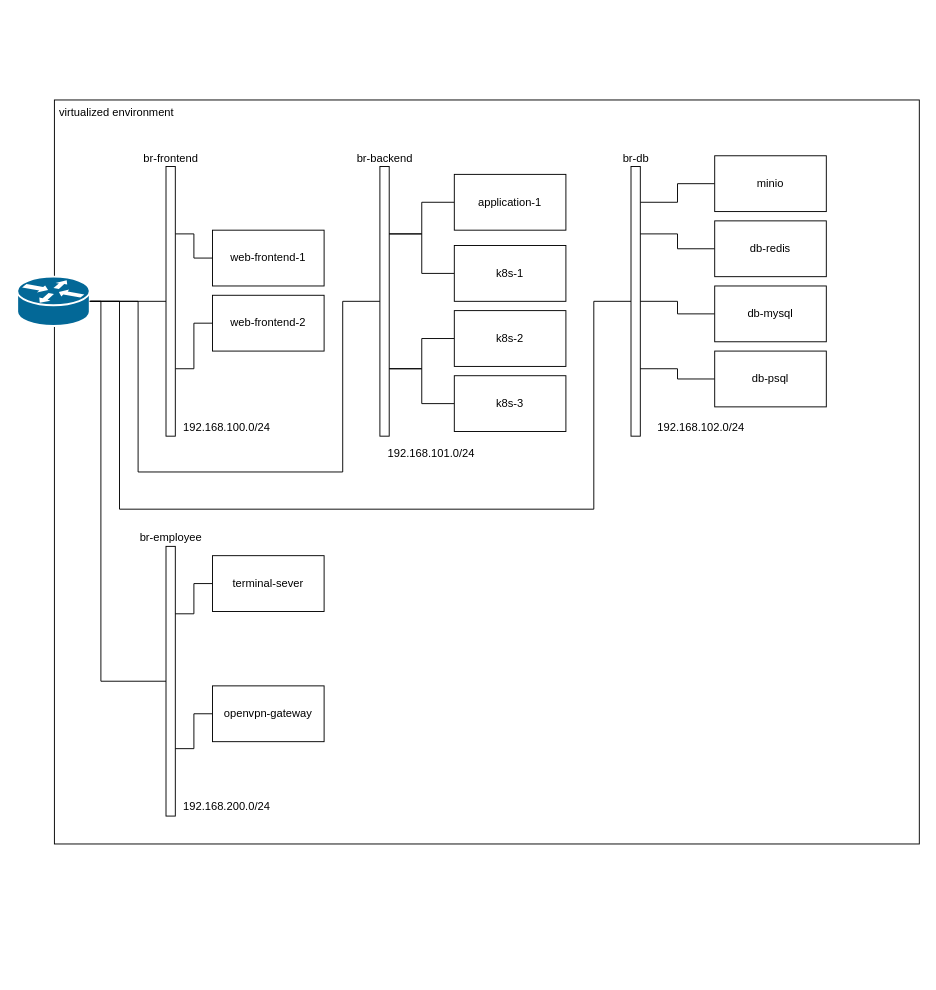
Before: page "network" (1 of 2) of diagrams.drawio in marcsello/marcsellocorp-infra, a draw.io diagram. Source tidied: cells renumbered, new cells numbered last; positions are measured from the earlier drawing's top-left corner, leaving out a move shared by most shapes. Both pictures are drawn from the tidied source at 93%, with x=0, y=0 at pixel (17, 100).
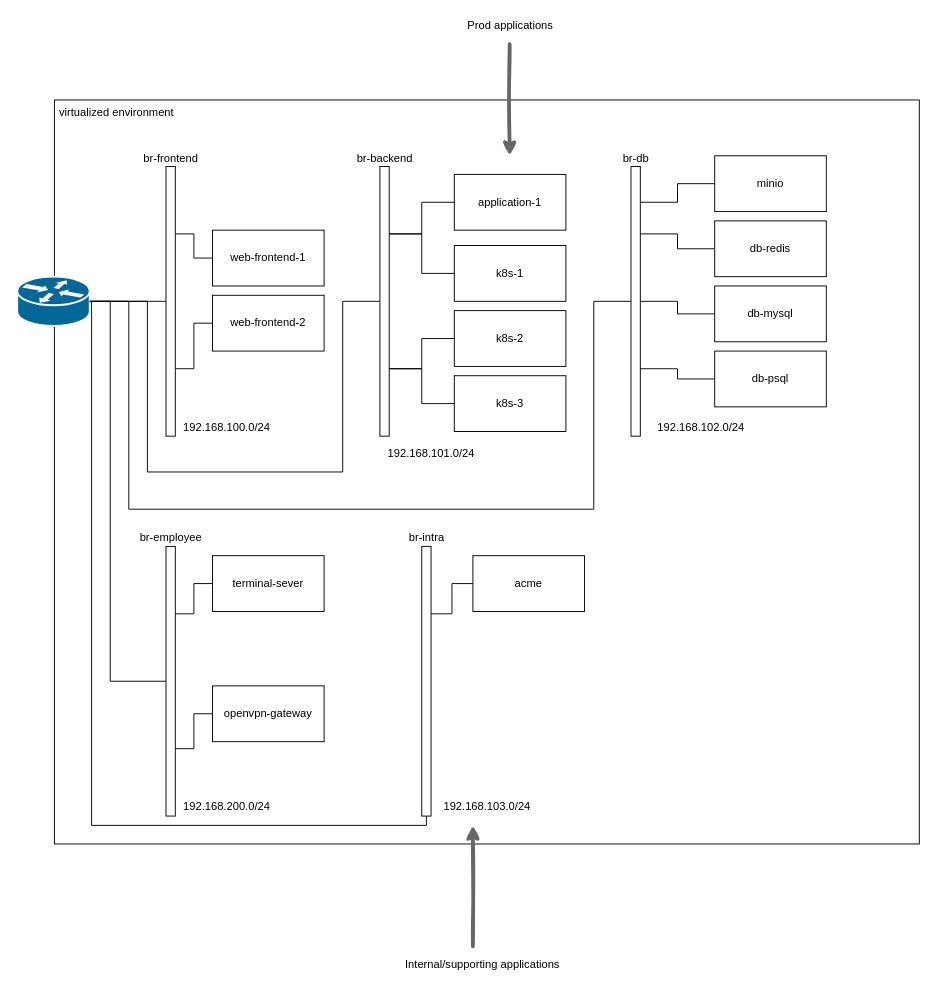
The same page after the edit.

Commit message (it also covers changes not shown here):
Added internal applications

Unchanged cells that the change refers to:
```xml
<mxCell id="4" style="shape=mxgraph.cisco.routers.router;html=1;dashed=0;fillColor=#036897;strokeColor=#ffffff;strokeWidth=2;verticalLabelPosition=bottom;verticalAlign=top;align=center;outlineConnect=0;" parent="1" vertex="1">
  <mxGeometry y="190" width="78" height="53" as="geometry" />
</mxCell>
<mxCell id="11" value="br-backend" style="rounded=0;html=1;verticalAlign=bottom;labelPosition=center;verticalLabelPosition=top;align=center;" parent="1" vertex="1">
  <mxGeometry x="390" y="71.5" width="10" height="290" as="geometry" />
</mxCell>
<mxCell id="14" value="br-db" style="rounded=0;html=1;verticalAlign=bottom;labelPosition=center;verticalLabelPosition=top;align=center;" parent="1" vertex="1">
  <mxGeometry x="660" y="71.5" width="10" height="290" as="geometry" />
</mxCell>
<mxCell id="33" value="br-employee" style="rounded=0;html=1;verticalAlign=bottom;labelPosition=center;verticalLabelPosition=top;align=center;" parent="1" vertex="1">
  <mxGeometry x="160" y="480" width="10" height="290" as="geometry" />
</mxCell>
```

Change to the diagram source:
```diff
@@
     <mxCell id="10" style="edgeStyle=orthogonalEdgeStyle;rounded=0;jettySize=auto;html=1;exitX=0;exitY=0.5;exitDx=0;exitDy=0;entryX=1;entryY=0.5;entryDx=0;entryDy=0;entryPerimeter=0;endArrow=none;endFill=0;" parent="1" edge="1" source="11" target="4">
       <mxGeometry relative="1" as="geometry">
         <Array as="points">
           <mxPoint x="350" y="217" />
           <mxPoint x="350" y="400" />
-          <mxPoint x="130" y="400" />
-          <mxPoint x="130" y="217" />
+          <mxPoint x="140" y="400" />
+          <mxPoint x="140" y="217" />
         </Array>
       </mxGeometry>
     </mxCell>
@@
     <mxCell id="12" style="edgeStyle=orthogonalEdgeStyle;rounded=0;jettySize=auto;html=1;exitX=0;exitY=0.5;exitDx=0;exitDy=0;entryX=1;entryY=0.5;entryDx=0;entryDy=0;entryPerimeter=0;endArrow=none;endFill=0;" parent="1" edge="1" source="14" target="4">
       <mxGeometry relative="1" as="geometry">
         <Array as="points">
           <mxPoint x="620" y="217" />
           <mxPoint x="620" y="440" />
-          <mxPoint x="110" y="440" />
-          <mxPoint x="110" y="217" />
+          <mxPoint x="120" y="440" />
+          <mxPoint x="120" y="217" />
         </Array>
       </mxGeometry>
     </mxCell>
@@
     <mxCell id="32" style="edgeStyle=orthogonalEdgeStyle;rounded=0;jettySize=auto;html=1;exitX=0;exitY=0.5;exitDx=0;exitDy=0;entryX=1;entryY=0.5;entryDx=0;entryDy=0;entryPerimeter=0;endArrow=none;endFill=0;" parent="1" edge="1" source="33" target="4">
       <mxGeometry relative="1" as="geometry">
         <Array as="points">
-          <mxPoint x="90" y="625" />
-          <mxPoint x="90" y="217" />
+          <mxPoint x="100" y="625" />
+          <mxPoint x="100" y="217" />
         </Array>
       </mxGeometry>
     </mxCell>
@@
+    <mxCell id="40" style="edgeStyle=orthogonalEdgeStyle;html=1;endArrow=none;endFill=0;startSize=0;endSize=0;jumpSize=0;jumpStyle=line;shadow=0;sketch=0;rounded=0;" parent="1" edge="1" source="41" target="4">
+      <mxGeometry relative="1" as="geometry">
+        <Array as="points">
+          <mxPoint x="440" y="780" />
+          <mxPoint x="80" y="780" />
+          <mxPoint x="80" y="217" />
+        </Array>
+      </mxGeometry>
+    </mxCell>
+    <mxCell id="41" value="br-intra" style="rounded=0;html=1;verticalAlign=bottom;labelPosition=center;verticalLabelPosition=top;align=center;" parent="1" vertex="1">
+      <mxGeometry x="435" y="480" width="10" height="290" as="geometry" />
+    </mxCell>
+    <mxCell id="42" style="edgeStyle=orthogonalEdgeStyle;rounded=0;sketch=0;jumpStyle=line;jumpSize=0;html=1;entryX=1;entryY=0.25;entryDx=0;entryDy=0;shadow=0;endArrow=none;endFill=0;startSize=0;endSize=0;" parent="1" edge="1" source="43" target="41">
+      <mxGeometry relative="1" as="geometry" />
+    </mxCell>
+    <mxCell id="43" value="acme" style="rounded=0;whiteSpace=wrap;html=1;" parent="1" vertex="1">
+      <mxGeometry x="490" y="490" width="120" height="60" as="geometry" />
+    </mxCell>
+    <mxCell id="44" value="192.168.103.0/24" style="text;html=1;align=center;verticalAlign=middle;strokeColor=none;fillColor=none;" parent="1" vertex="1">
+      <mxGeometry x="450" y="750" width="110" height="20" as="geometry" />
+    </mxCell>
+    <mxCell id="45" style="endArrow=classic;html=1;rounded=0;shadow=0;sketch=1;startSize=6;endSize=6;jumpStyle=line;jumpSize=0;endFill=1;strokeWidth=4;fillColor=#f5f5f5;strokeColor=#666666;" parent="1" edge="1">
+      <mxGeometry relative="1" as="geometry">
+        <mxPoint x="529.5" y="-60" as="sourcePoint" />
+        <mxPoint x="529.5" y="60" as="targetPoint" />
+      </mxGeometry>
+    </mxCell>
+    <mxCell id="46" value="Prod applications" style="text;html=1;align=center;verticalAlign=middle;strokeColor=none;fillColor=none;" parent="1" vertex="1">
+      <mxGeometry x="470" y="-90" width="120" height="20" as="geometry" />
+    </mxCell>
+    <mxCell id="47" style="endArrow=classic;html=1;rounded=0;shadow=0;sketch=1;startSize=6;endSize=6;jumpStyle=line;jumpSize=0;endFill=1;strokeWidth=4;fillColor=#f5f5f5;strokeColor=#666666;" parent="1" edge="1">
+      <mxGeometry relative="1" as="geometry">
+        <mxPoint x="490" y="910" as="sourcePoint" />
+        <mxPoint x="490" y="780" as="targetPoint" />
+      </mxGeometry>
+    </mxCell>
+    <mxCell id="48" value="Internal/supporting applications" style="text;html=1;align=center;verticalAlign=middle;strokeColor=none;fillColor=none;" parent="1" vertex="1">
+      <mxGeometry x="400" y="920" width="200" height="20" as="geometry" />
+    </mxCell>
```
